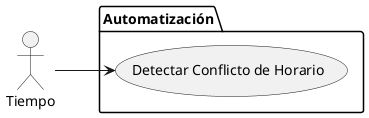
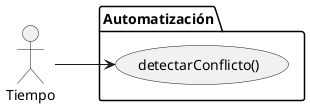
@startuml DiagramaAutomatización
left to right direction
actor "Tiempo" as T

    package "Automatización" {
-         usecase "Detectar Conflicto de Horario" as UC_A1
+         usecase "detectarConflicto()" as UC_A1
    }

    T --> UC_A1
@enduml